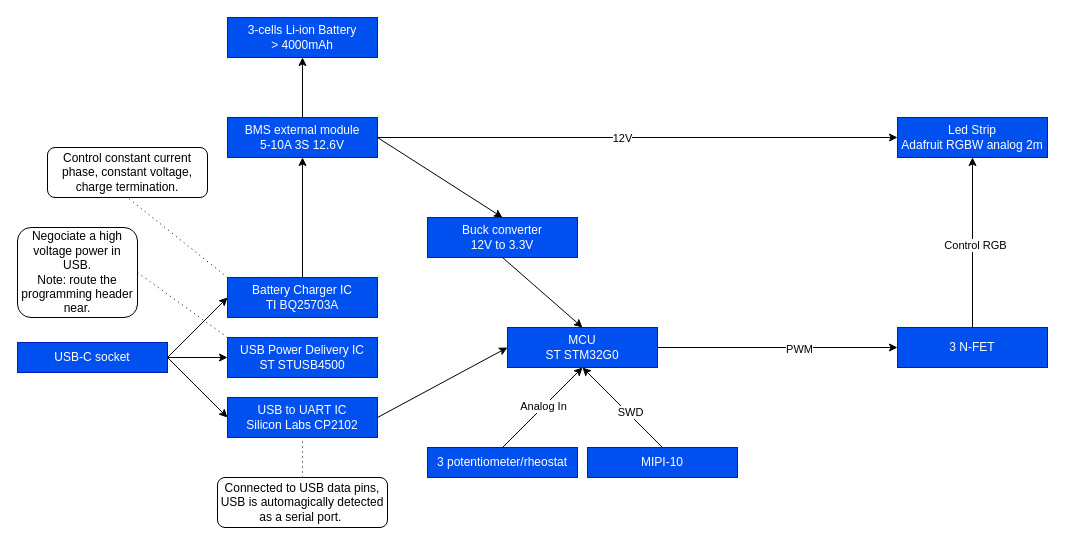
This is hardware/hardware_architecture_design.drawio from leonmariotto/ledstrip, a draw.io file, before an edit. Source tidied: cells renumbered, new cells numbered last; positions are measured from the earlier drawing's top-left corner, leaving out a move shared by most shapes. Both pictures are drawn from the tidied source at 100%, with x=0, y=0 at pixel (17, 17).
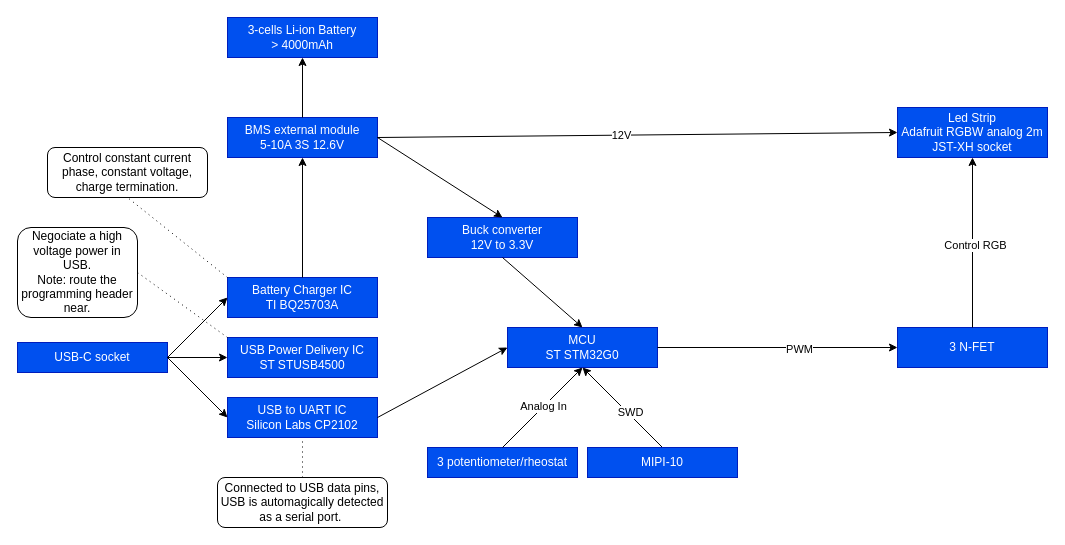
The same page after the edit.

The edit, as a diff of the source:
```diff
@@
-    <mxCell id="12" value="&lt;div&gt;&lt;span style=&quot;color: light-dark(rgb(255, 255, 255), rgb(255, 255, 255)); background-color: transparent;&quot;&gt;Led Strip&lt;/span&gt;&lt;/div&gt;&lt;div&gt;&lt;span style=&quot;color: light-dark(rgb(255, 255, 255), rgb(255, 255, 255)); background-color: transparent;&quot;&gt;Adafruit RGBW analog 2m&lt;/span&gt;&lt;/div&gt;" style="rounded=0;whiteSpace=wrap;html=1;fillColor=#0050ef;fontColor=#ffffff;strokeColor=#001DBC;" parent="1" vertex="1">
-      <mxGeometry x="880" y="100" width="150" height="40" as="geometry" />
+    <mxCell id="12" value="&lt;div&gt;&lt;span style=&quot;color: light-dark(rgb(255, 255, 255), rgb(255, 255, 255)); background-color: transparent;&quot;&gt;Led Strip&lt;/span&gt;&lt;/div&gt;&lt;div&gt;&lt;span style=&quot;color: light-dark(rgb(255, 255, 255), rgb(255, 255, 255)); background-color: transparent;&quot;&gt;Adafruit RGBW analog 2m&lt;/span&gt;&lt;/div&gt;&lt;div&gt;&lt;span style=&quot;color: light-dark(rgb(255, 255, 255), rgb(255, 255, 255)); background-color: transparent;&quot;&gt;JST-XH socket&lt;/span&gt;&lt;/div&gt;" style="rounded=0;whiteSpace=wrap;html=1;fillColor=#0050ef;fontColor=#ffffff;strokeColor=#001DBC;" parent="1" vertex="1">
+      <mxGeometry x="880" y="90" width="150" height="50" as="geometry" />
     </mxCell>
```
